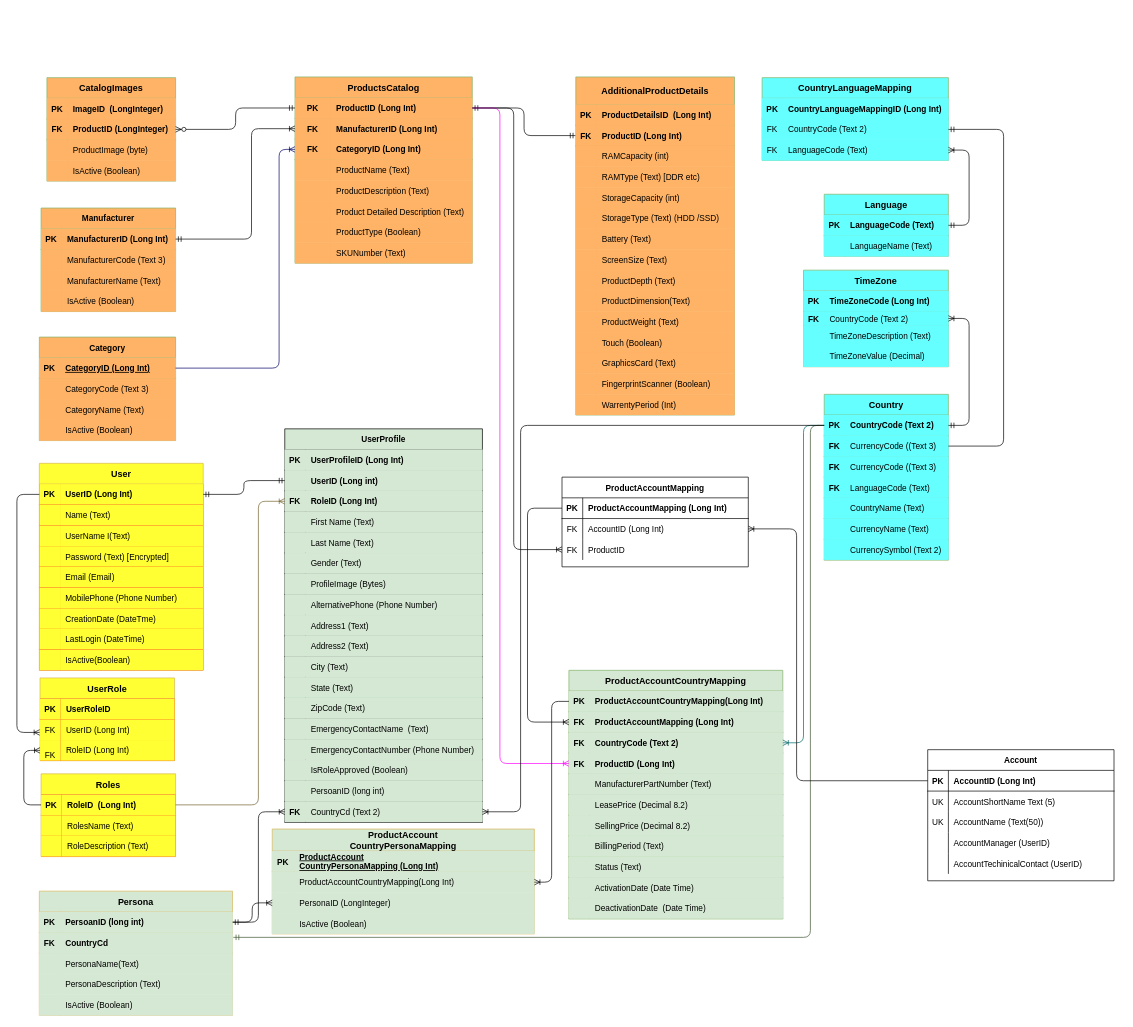
Earlier version of the draw.io diagram Drawings/CatalogDesign.drawio (bgunupati/DrawIO). Source tidied: cells renumbered, new cells numbered last; positions are measured from the earlier drawing's top-left corner, leaving out a move shared by most shapes. Both pictures are drawn from the tidied source at 69%, with x=0, y=0 at pixel (17, 77).
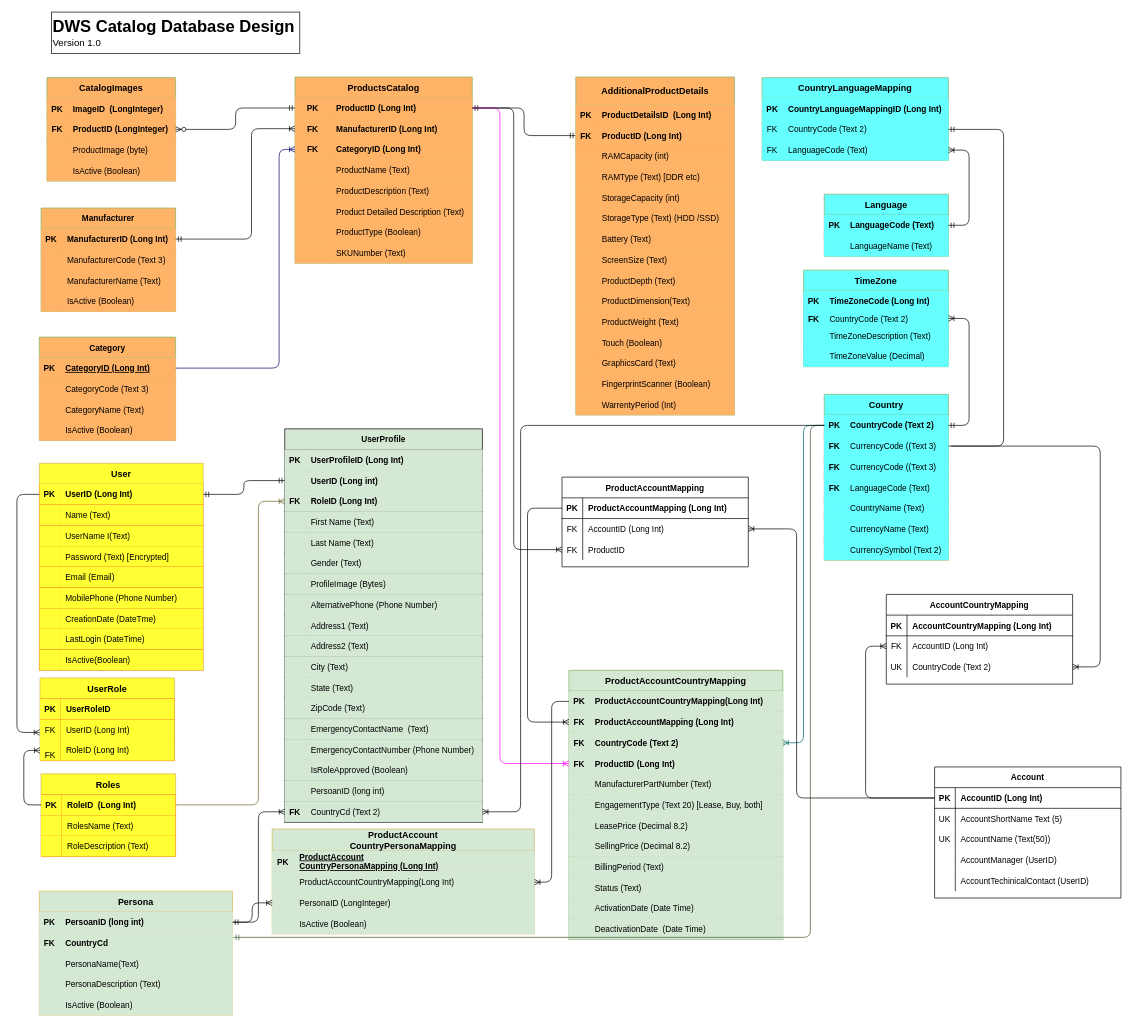
The same page after the edit.

Commit message:
Update Country to Account Mapping

Unchanged cells that the change refers to:
```xml
<mxCell id="350" style="shape=partialRectangle;fillColor=none;top=0;left=0;bottom=1;right=0;points=[[0,0.5],[1,0.5]];portConstraint=eastwest;" parent="349" vertex="1">
  <mxGeometry y="30" width="270" height="30" as="geometry" />
</mxCell>
```

Change to the diagram source:
```diff
@@
     <mxCell id="193" value="ProductAccountCountryMapping" style="shape=table;startSize=30;childLayout=tableLayout;rowLines=0;fontStyle=1;align=center;fillColor=#d5e8d4;strokeColor=#82b366;fontSize=13;" parent="1" vertex="1">
-      <mxGeometry x="800" y="860" width="310" height="360" as="geometry" />
+      <mxGeometry x="800" y="860" width="310" height="390" as="geometry" />
     </mxCell>
@@
+    <mxCell id="378" style="shape=partialRectangle;fillColor=#d5e8d4;top=0;left=0;bottom=1;right=0;strokeColor=#82b366;" parent="193" vertex="1">
+      <mxGeometry y="180" width="310" height="30" as="geometry" />
+    </mxCell>
+    <mxCell id="379" style="shape=partialRectangle;fillColor=#d5e8d4;top=0;left=0;bottom=0;right=0;fontStyle=1;overflow=hidden;strokeColor=#82b366;" parent="378" vertex="1">
+      <mxGeometry width="30" height="30" as="geometry" />
+    </mxCell>
+    <mxCell id="380" value="EngagementType (Text 20) [Lease, Buy, both]" style="shape=partialRectangle;fillColor=#d5e8d4;top=0;left=0;bottom=0;right=0;align=left;spacingLeft=6;fontStyle=0;overflow=hidden;strokeColor=#82b366;" parent="378" vertex="1">
+      <mxGeometry x="30" width="280" height="30" as="geometry" />
+    </mxCell>
     <mxCell id="209" style="shape=partialRectangle;fillColor=#d5e8d4;top=0;left=0;bottom=1;right=0;strokeColor=#82b366;" parent="193" vertex="1">
-      <mxGeometry y="180" width="310" height="30" as="geometry" />
+      <mxGeometry y="210" width="310" height="30" as="geometry" />
     </mxCell>
@@
     <mxCell id="212" style="shape=partialRectangle;fillColor=#d5e8d4;top=0;left=0;bottom=1;right=0;strokeColor=#82b366;" parent="193" vertex="1">
-      <mxGeometry y="210" width="310" height="30" as="geometry" />
+      <mxGeometry y="240" width="310" height="30" as="geometry" />
     </mxCell>
@@
     <mxCell id="215" style="shape=partialRectangle;fillColor=#d5e8d4;top=0;left=0;bottom=1;right=0;strokeColor=#82b366;" parent="193" vertex="1">
-      <mxGeometry y="240" width="310" height="30" as="geometry" />
+      <mxGeometry y="270" width="310" height="30" as="geometry" />
     </mxCell>
@@
     <mxCell id="218" style="shape=partialRectangle;fillColor=#d5e8d4;top=0;left=0;bottom=1;right=0;strokeColor=#82b366;" parent="193" vertex="1">
-      <mxGeometry y="270" width="310" height="30" as="geometry" />
+      <mxGeometry y="300" width="310" height="30" as="geometry" />
     </mxCell>
@@
     <mxCell id="221" style="shape=partialRectangle;fillColor=#d5e8d4;top=0;left=0;bottom=1;right=0;strokeColor=#82b366;" parent="193" vertex="1">
-      <mxGeometry y="300" width="310" height="30" as="geometry" />
+      <mxGeometry y="330" width="310" height="30" as="geometry" />
     </mxCell>
@@
     <mxCell id="224" style="shape=partialRectangle;fillColor=#d5e8d4;top=0;left=0;bottom=1;right=0;strokeColor=#82b366;" parent="193" vertex="1">
-      <mxGeometry y="330" width="310" height="30" as="geometry" />
+      <mxGeometry y="360" width="310" height="30" as="geometry" />
     </mxCell>
@@
     <mxCell id="349" value="Account" style="shape=table;startSize=30;childLayout=tableLayout;rowLines=0;fontStyle=1;align=center;" parent="1" vertex="1">
-      <mxGeometry x="1320" y="975" width="270" height="190" as="geometry" />
+      <mxGeometry x="1330" y="1000" width="270" height="190" as="geometry" />
     </mxCell>
@@
+    <mxCell id="381" value="AccountCountryMapping" style="shape=table;startSize=30;childLayout=tableLayout;rowLines=0;fontStyle=1;align=center;" parent="1" vertex="1">
+      <mxGeometry x="1260" y="750" width="270" height="130" as="geometry" />
+    </mxCell>
+    <mxCell id="382" style="shape=partialRectangle;fillColor=none;top=0;left=0;bottom=1;right=0;" parent="381" vertex="1">
+      <mxGeometry y="30" width="270" height="30" as="geometry" />
+    </mxCell>
+    <mxCell id="383" value="PK" style="shape=partialRectangle;fillColor=none;top=0;left=0;bottom=0;right=0;fontStyle=1;overflow=hidden;" parent="382" vertex="1">
+      <mxGeometry width="30" height="30" as="geometry" />
+    </mxCell>
+    <mxCell id="384" value="AccountCountryMapping (Long Int)" style="shape=partialRectangle;fillColor=none;top=0;left=0;bottom=0;right=0;align=left;spacingLeft=6;fontStyle=1;overflow=hidden;" parent="382" vertex="1">
+      <mxGeometry x="30" width="240" height="30" as="geometry" />
+    </mxCell>
+    <mxCell id="385" style="shape=partialRectangle;fillColor=none;top=0;left=0;bottom=0;right=0;points=[[0,0.5],[1,0.5]];portConstraint=eastwest;" parent="381" vertex="1">
+      <mxGeometry y="60" width="270" height="30" as="geometry" />
+    </mxCell>
+    <mxCell id="386" value="FK" style="shape=partialRectangle;fillColor=none;top=0;left=0;bottom=0;right=0;overflow=hidden;" parent="385" vertex="1">
+      <mxGeometry width="30" height="30" as="geometry" />
+    </mxCell>
+    <mxCell id="387" value="AccountID (Long Int)" style="shape=partialRectangle;fillColor=none;top=0;left=0;bottom=0;right=0;align=left;spacingLeft=6;overflow=hidden;" parent="385" vertex="1">
+      <mxGeometry x="30" width="240" height="30" as="geometry" />
+    </mxCell>
+    <mxCell id="388" style="shape=partialRectangle;fillColor=none;top=0;left=0;bottom=0;right=0;points=[[0,0.5],[1,0.5]];portConstraint=eastwest;" parent="381" vertex="1">
+      <mxGeometry y="90" width="270" height="30" as="geometry" />
+    </mxCell>
+    <mxCell id="389" value="UK" style="shape=partialRectangle;fillColor=none;top=0;left=0;bottom=0;right=0;overflow=hidden;" parent="388" vertex="1">
+      <mxGeometry width="30" height="30" as="geometry" />
+    </mxCell>
+    <mxCell id="390" value="CountryCode (Text 2)" style="shape=partialRectangle;fillColor=none;top=0;left=0;bottom=0;right=0;align=left;spacingLeft=6;overflow=hidden;" parent="388" vertex="1">
+      <mxGeometry x="30" width="240" height="30" as="geometry" />
+    </mxCell>
+    <mxCell id="391" style="edgeStyle=elbowEdgeStyle;fontSize=12;html=1;endArrow=ERoneToMany;entryX=1;entryY=0.5;entryDx=0;entryDy=0;" parent="1" edge="1" target="388">
+      <mxGeometry relative="1" as="geometry">
+        <mxPoint x="1354" y="535" as="sourcePoint" />
+        <Array as="points">
+          <mxPoint x="1570" y="690" />
+        </Array>
+      </mxGeometry>
+    </mxCell>
+    <mxCell id="392" style="edgeStyle=elbowEdgeStyle;fontSize=12;html=1;endArrow=ERoneToMany;exitX=0;exitY=0.5;exitDx=0;exitDy=0;entryX=0;entryY=0.5;entryDx=0;entryDy=0;" parent="1" edge="1" source="350" target="385">
+      <mxGeometry relative="1" as="geometry">
+        <Array as="points">
+          <mxPoint x="1230" y="940" />
+        </Array>
+      </mxGeometry>
+    </mxCell>
+    <mxCell id="393" value="&lt;div&gt;&lt;span style=&quot;font-size: 24px&quot;&gt;&lt;b&gt;DWS Catalog Database Design&amp;nbsp;&lt;/b&gt;&lt;/span&gt;&lt;/div&gt;&lt;div&gt;&lt;font style=&quot;font-size: 14px&quot;&gt;Version 1.0&lt;/font&gt;&lt;/div&gt;" style="rounded=0;whiteSpace=wrap;html=1;align=left;" parent="1" vertex="1">
+      <mxGeometry x="50" y="-94" width="360" height="60" as="geometry" />
+    </mxCell>
```
